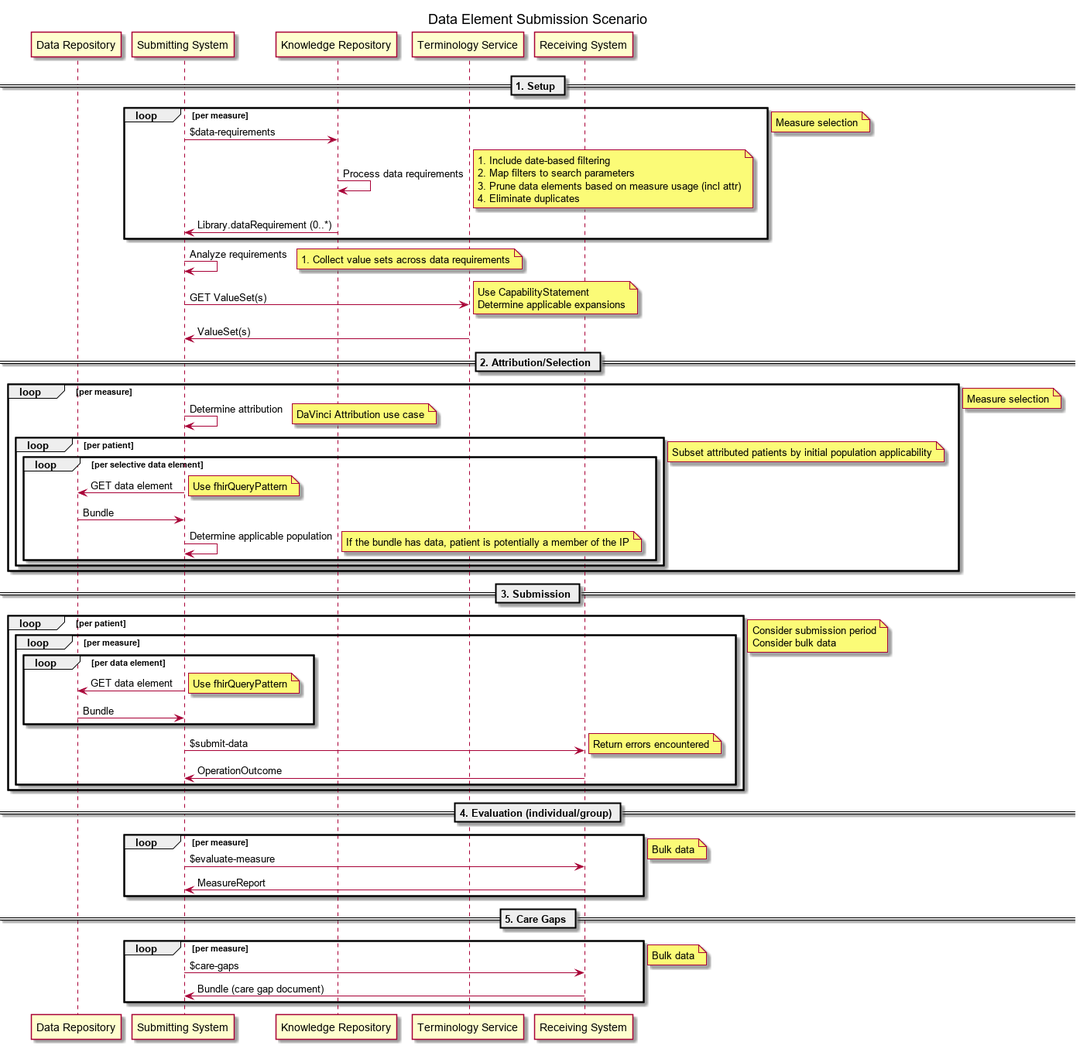
Before: input/images/Data_Element_Submission_Scenario.png, a diagram exported from PlantUML (HL7/cqf-measures).
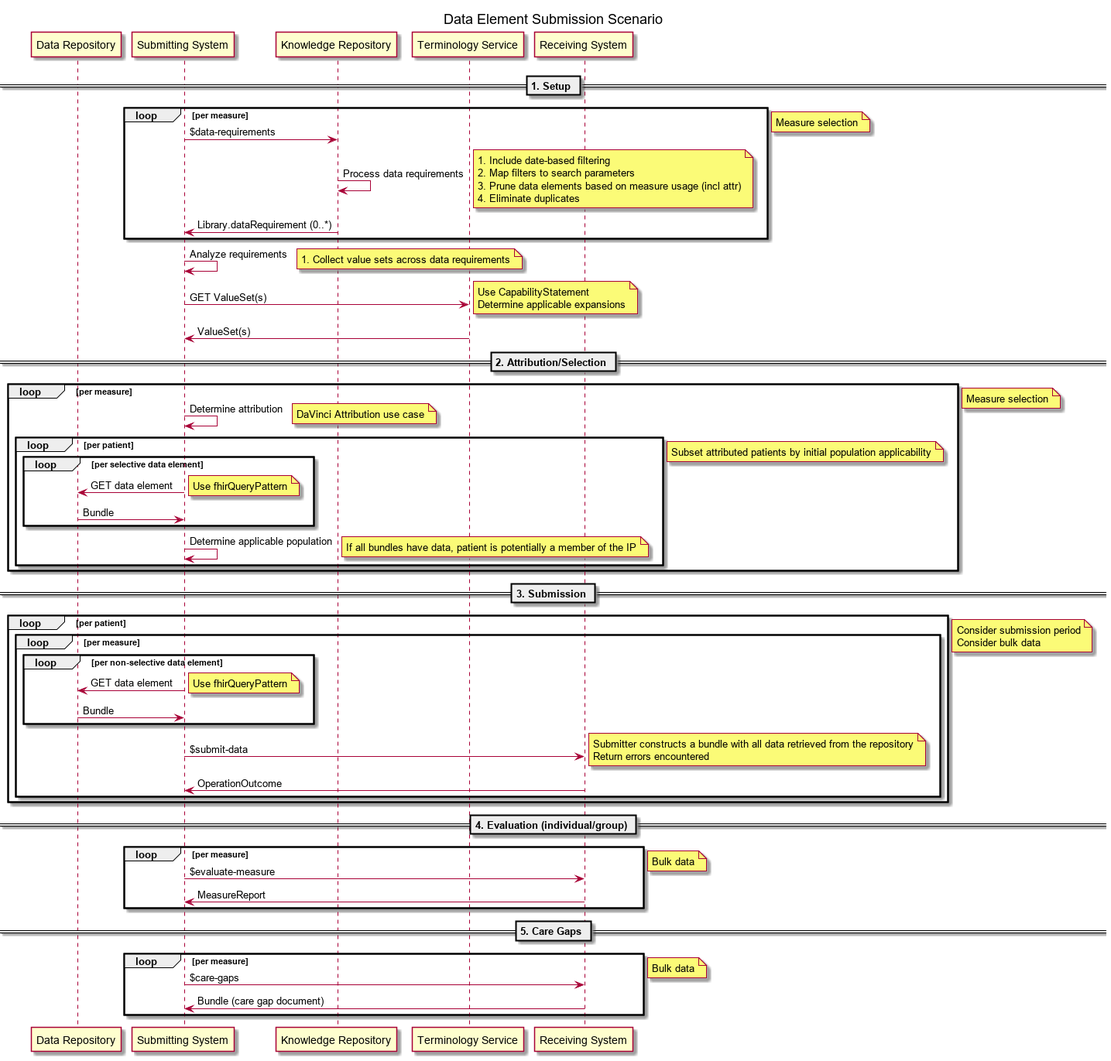
After the commit.

Commit message:
Minor changes to the Data Element Submission diagram

Diff of the diagram source:
```diff
@@ -29,9 +29,9 @@
             Submitter -> DR: GET data element
             note right: Use fhirQueryPattern
             DR -> Submitter: Bundle
-            Submitter -> Submitter: Determine applicable population
-            note right: If the bundle has data, patient is potentially a member of the IP
         end
+        Submitter -> Submitter: Determine applicable population
+        note right: If all bundles have data, patient is potentially a member of the IP
     end
     note right: Subset attributed patients by initial population applicability
 end
@@ -40,13 +40,13 @@
 == 3. Submission ==
 loop per patient
     loop per measure
-        loop per data element
+        loop per non-selective data element
             Submitter -> DR: GET data element
             note right: Use fhirQueryPattern
             DR -> Submitter: Bundle
         end
         Submitter -> Receiver: $submit-data
-        note right: Return errors encountered
+        note right: Submitter constructs a bundle with all data retrieved from the repository\nReturn errors encountered
         Receiver -> Submitter: OperationOutcome
     end
 end
```
